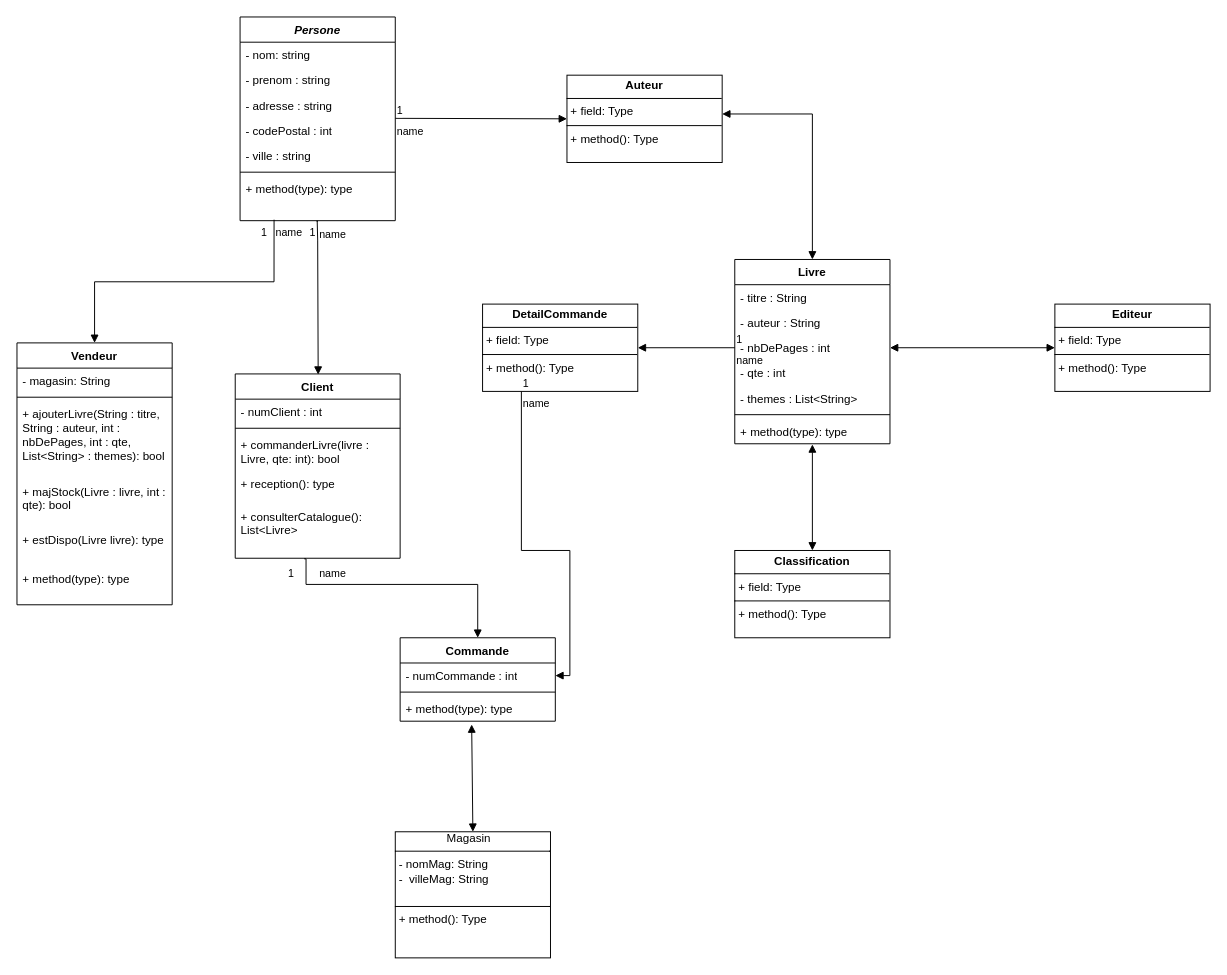
Earlier version of the draw.io diagram diagrammedeclasse.drawio (NolhanDolou/SAE_JAVA). Source tidied: cells renumbered, new cells numbered last; positions are measured from the earlier drawing's top-left corner, leaving out a move shared by most shapes. Both pictures are drawn from the tidied source at 97%, with x=0, y=0 at pixel (16, 16).
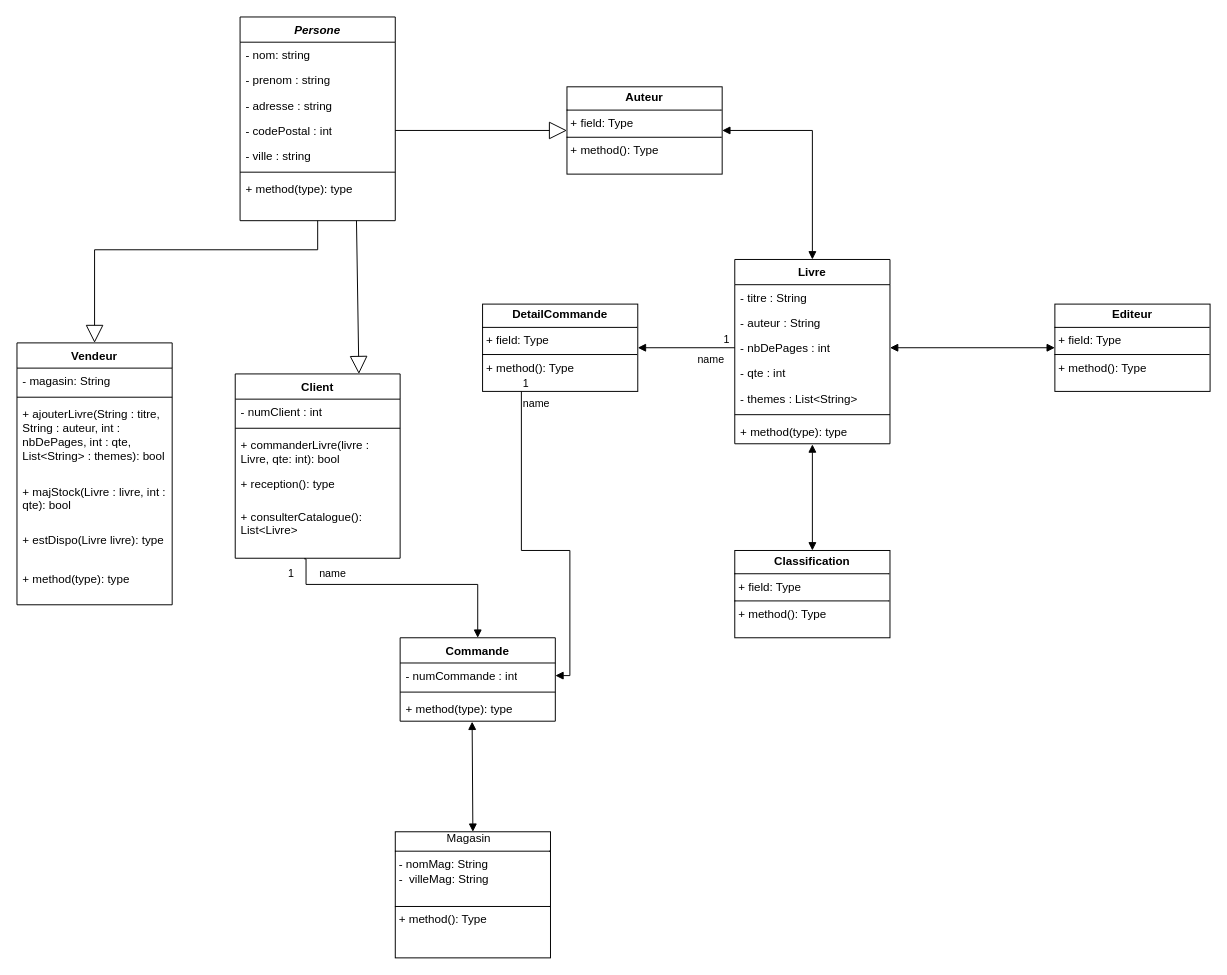
The same diagram, later.

Commit message:
maj diagramme de classe

The change refers to these unchanged cells:
```xml
<mxCell id="2" value="&lt;i&gt;Persone&lt;/i&gt;" style="swimlane;fontStyle=1;align=center;verticalAlign=top;horizontal=1;startSize=26;whiteSpace=wrap;html=1;" parent="1" vertex="1">
  <mxGeometry x="230" width="160" height="210" as="geometry" />
</mxCell>
<mxCell id="6" value="- codePostal : int" style="text;strokeColor=none;fillColor=none;align=left;verticalAlign=top;spacingLeft=4;spacingRight=4;overflow=hidden;points=[[0,0.5],[1,0.5]];portConstraint=eastwest;whiteSpace=wrap;html=1;" parent="2" vertex="1">
  <mxGeometry y="104" width="160" height="26" as="geometry" />
</mxCell>
<mxCell id="9" value="+ method(type): type" style="text;strokeColor=none;fillColor=none;align=left;verticalAlign=top;spacingLeft=4;spacingRight=4;overflow=hidden;points=[[0,0.5],[1,0.5]];portConstraint=eastwest;whiteSpace=wrap;html=1;" parent="2" vertex="1">
  <mxGeometry y="164" width="160" height="46" as="geometry" />
</mxCell>
<mxCell id="10" value="Client" style="swimlane;fontStyle=1;align=center;verticalAlign=top;horizontal=1;startSize=26;whiteSpace=wrap;html=1;" parent="1" vertex="1">
  <mxGeometry x="225" y="368" width="170" height="190" as="geometry" />
</mxCell>
<mxCell id="16" value="Vendeur" style="swimlane;fontStyle=1;align=center;verticalAlign=top;horizontal=1;startSize=26;whiteSpace=wrap;html=1;" parent="1" vertex="1">
  <mxGeometry y="336" width="160" height="270" as="geometry" />
</mxCell>
<mxCell id="27" value="Livre" style="swimlane;fontStyle=1;align=center;verticalAlign=top;horizontal=1;startSize=26;whiteSpace=wrap;html=1;" parent="1" vertex="1">
  <mxGeometry x="740" y="250" width="160" height="190" as="geometry" />
</mxCell>
<mxCell id="30" value="- nbDePages : int" style="text;strokeColor=none;fillColor=none;align=left;verticalAlign=top;spacingLeft=4;spacingRight=4;overflow=hidden;points=[[0,0.5],[1,0.5]];portConstraint=eastwest;whiteSpace=wrap;html=1;" parent="27" vertex="1">
  <mxGeometry y="78" width="160" height="26" as="geometry" />
</mxCell>
<mxCell id="38" value="+ method(type): type" style="text;strokeColor=none;fillColor=none;align=left;verticalAlign=top;spacingLeft=4;spacingRight=4;overflow=hidden;points=[[0,0.5],[1,0.5]];portConstraint=eastwest;whiteSpace=wrap;html=1;" parent="35" vertex="1">
  <mxGeometry y="60" width="160" height="26" as="geometry" />
</mxCell>
<mxCell id="41" value="&lt;div&gt;&lt;span style=&quot;white-space: pre;&quot;&gt;&#9;&lt;/span&gt;&lt;span style=&quot;white-space: pre;&quot;&gt;&#9;&lt;/span&gt;Magasin&lt;/div&gt;&lt;hr size=&quot;1&quot; style=&quot;border-style:solid;&quot;&gt;&lt;p style=&quot;margin:0px;margin-left:4px;&quot;&gt;- nomMag: String&lt;/p&gt;&lt;p style=&quot;margin:0px;margin-left:4px;&quot;&gt;-&amp;nbsp; villeMag: String&lt;/p&gt;&lt;p style=&quot;margin:0px;margin-left:4px;&quot;&gt;&lt;br&gt;&lt;/p&gt;&lt;hr size=&quot;1&quot; style=&quot;border-style:solid;&quot;&gt;&lt;p style=&quot;margin:0px;margin-left:4px;&quot;&gt;+ method(): Type&lt;/p&gt;" style="verticalAlign=top;align=left;overflow=fill;html=1;whiteSpace=wrap;" parent="1" vertex="1">
  <mxGeometry x="390" y="840" width="160" height="130" as="geometry" />
</mxCell>
<mxCell id="50" value="&lt;p style=&quot;margin:0px;margin-top:4px;text-align:center;&quot;&gt;&lt;b&gt;DetailCommande&lt;/b&gt;&lt;/p&gt;&lt;hr size=&quot;1&quot; style=&quot;border-style:solid;&quot;&gt;&lt;p style=&quot;margin:0px;margin-left:4px;&quot;&gt;+ field: Type&lt;/p&gt;&lt;hr size=&quot;1&quot; style=&quot;border-style:solid;&quot;&gt;&lt;p style=&quot;margin:0px;margin-left:4px;&quot;&gt;+ method(): Type&lt;/p&gt;" style="verticalAlign=top;align=left;overflow=fill;html=1;whiteSpace=wrap;" parent="1" vertex="1">
  <mxGeometry x="480" y="296" width="160" height="90" as="geometry" />
</mxCell>
```

Change to the diagram source:
```diff
@@
-    <mxCell id="23" value="name" style="endArrow=block;endFill=1;html=1;edgeStyle=orthogonalEdgeStyle;align=left;verticalAlign=top;rounded=0;entryX=0.5;entryY=0;entryDx=0;entryDy=0;exitX=0.219;exitY=0.978;exitDx=0;exitDy=0;exitPerimeter=0;" parent="1" edge="1" source="9" target="16">
-      <mxGeometry x="-1" relative="1" as="geometry" />
-    </mxCell>
-    <mxCell id="24" value="1" style="edgeLabel;html=1;align=left;verticalAlign=bottom;" parent="23" vertex="1">
-      <mxGeometry x="-1" relative="1" as="geometry">
-        <mxPoint x="-15" y="21" as="offset" />
-      </mxGeometry>
-    </mxCell>
-    <mxCell id="25" value="name" style="endArrow=block;endFill=1;html=1;edgeStyle=orthogonalEdgeStyle;align=left;verticalAlign=top;rounded=0;entryX=0.503;entryY=0.004;entryDx=0;entryDy=0;entryPerimeter=0;exitX=0.497;exitY=1.028;exitDx=0;exitDy=0;exitPerimeter=0;" parent="1" edge="1" source="9" target="10">
-      <mxGeometry x="-1" relative="1" as="geometry">
-        <Array as="points">
-          <mxPoint x="309" y="210" />
-          <mxPoint x="310" y="210" />
-          <mxPoint x="310" y="230" />
-          <mxPoint x="311" y="230" />
-        </Array>
-      </mxGeometry>
-    </mxCell>
-    <mxCell id="26" value="1" style="edgeLabel;html=1;align=left;verticalAlign=bottom;" parent="25" vertex="1">
-      <mxGeometry x="-1" relative="1" as="geometry">
-        <mxPoint x="-10" y="19" as="offset" />
-      </mxGeometry>
-    </mxCell>
@@
     <mxCell id="42" value="&lt;p style=&quot;margin:0px;margin-top:4px;text-align:center;&quot;&gt;&lt;b&gt;Auteur&lt;/b&gt;&lt;/p&gt;&lt;hr size=&quot;1&quot; style=&quot;border-style:solid;&quot;&gt;&lt;p style=&quot;margin:0px;margin-left:4px;&quot;&gt;+ field: Type&lt;/p&gt;&lt;hr size=&quot;1&quot; style=&quot;border-style:solid;&quot;&gt;&lt;p style=&quot;margin:0px;margin-left:4px;&quot;&gt;+ method(): Type&lt;/p&gt;" style="verticalAlign=top;align=left;overflow=fill;html=1;whiteSpace=wrap;" parent="1" vertex="1">
-      <mxGeometry x="567" y="60" width="160" height="90" as="geometry" />
+      <mxGeometry x="567" y="72" width="160" height="90" as="geometry" />
     </mxCell>
-    <mxCell id="43" value="name" style="endArrow=block;endFill=1;html=1;edgeStyle=orthogonalEdgeStyle;align=left;verticalAlign=top;rounded=0;entryX=0;entryY=0.5;entryDx=0;entryDy=0;" parent="1" edge="1" target="42">
-      <mxGeometry x="-1" relative="1" as="geometry">
-        <mxPoint x="390" y="104.5" as="sourcePoint" />
-      </mxGeometry>
-    </mxCell>
-    <mxCell id="44" value="1" style="edgeLabel;html=1;align=left;verticalAlign=bottom;" parent="43" vertex="1">
-      <mxGeometry x="-1" relative="1" as="geometry" />
-    </mxCell>
-    <mxCell id="45" style="endArrow=block;startArrow=block;endFill=1;startFill=1;html=1;rounded=0;entryX=0.5;entryY=0;entryDx=0;entryDy=0;" parent="1" edge="1" target="27">
+    <mxCell id="45" style="endArrow=block;startArrow=block;endFill=1;startFill=1;html=1;rounded=0;entryX=0.5;entryY=0;entryDx=0;entryDy=0;exitX=1;exitY=0.5;exitDx=0;exitDy=0;" parent="1" edge="1" source="42" target="27">
       <mxGeometry relative="1" as="geometry">
-        <mxPoint x="727" y="100" as="sourcePoint" />
         <Array as="points">
-          <mxPoint x="820" y="100" />
+          <mxPoint x="820" y="117" />
         </Array>
       </mxGeometry>
     </mxCell>
@@
     <mxCell id="53" value="name" style="endArrow=block;endFill=1;html=1;edgeStyle=orthogonalEdgeStyle;align=left;verticalAlign=top;rounded=0;exitX=0;exitY=0.5;exitDx=0;exitDy=0;entryX=1;entryY=0.5;entryDx=0;entryDy=0;" parent="1" edge="1" source="30" target="50">
-      <mxGeometry x="-1" relative="1" as="geometry" />
+      <mxGeometry x="-0.2" y="-1" relative="1" as="geometry" />
     </mxCell>
     <mxCell id="54" value="1" style="edgeLabel;html=1;align=left;verticalAlign=bottom;" parent="53" vertex="1">
-      <mxGeometry x="-1" relative="1" as="geometry" />
+      <mxGeometry x="-1" relative="1" as="geometry">
+        <mxPoint x="-13" as="offset" />
+      </mxGeometry>
     </mxCell>
-    <mxCell id="55" style="endArrow=block;startArrow=block;endFill=1;startFill=1;html=1;rounded=0;exitX=0.461;exitY=1.13;exitDx=0;exitDy=0;exitPerimeter=0;entryX=0.5;entryY=0;entryDx=0;entryDy=0;" parent="1" edge="1" source="38" target="41">
+    <mxCell id="55" style="endArrow=block;startArrow=block;endFill=1;startFill=1;html=1;rounded=0;exitX=0.464;exitY=1.019;exitDx=0;exitDy=0;exitPerimeter=0;entryX=0.5;entryY=0;entryDx=0;entryDy=0;" parent="1" edge="1" source="38" target="41">
       <mxGeometry relative="1" as="geometry" />
     </mxCell>
+    <mxCell id="56" style="endArrow=block;endSize=16;endFill=0;html=1;rounded=0;exitX=1;exitY=0.5;exitDx=0;exitDy=0;entryX=0;entryY=0.5;entryDx=0;entryDy=0;" parent="1" edge="1" source="6" target="42">
+      <mxGeometry relative="1" as="geometry" />
+    </mxCell>
+    <mxCell id="57" style="endArrow=block;endSize=16;endFill=0;html=1;rounded=0;exitX=0.75;exitY=1;exitDx=0;exitDy=0;entryX=0.75;entryY=0;entryDx=0;entryDy=0;" parent="1" edge="1" source="2" target="10">
+      <mxGeometry relative="1" as="geometry" />
+    </mxCell>
+    <mxCell id="23" style="endArrow=block;endSize=16;endFill=0;html=1;rounded=0;exitX=0.5;exitY=1;exitDx=0;exitDy=0;exitPerimeter=0;entryX=0.5;entryY=0;entryDx=0;entryDy=0;" parent="1" edge="1" source="9" target="16">
+      <mxGeometry relative="1" as="geometry">
+        <Array as="points">
+          <mxPoint x="310" y="240" />
+          <mxPoint x="80" y="240" />
+        </Array>
+      </mxGeometry>
+    </mxCell>
```
